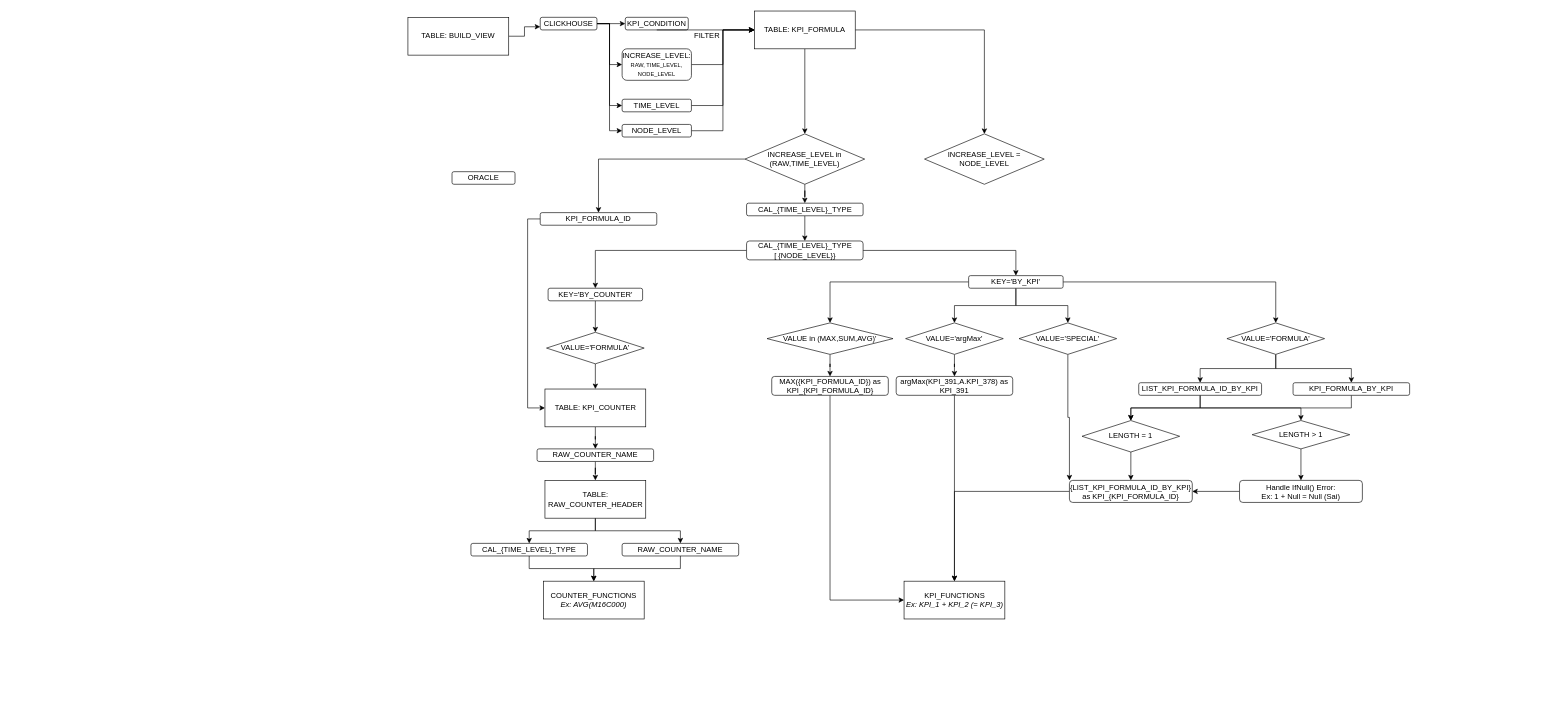
Above: PMS_CORE_AUTO_VIEW.drawio in dinhthengoc2021998/hello-world (draw.io), before the change. Source tidied: cells renumbered, new cells numbered last; positions are measured from the earlier drawing's top-left corner, leaving out a move shared by most shapes. Both pictures are drawn from the tidied source at 63%, with x=0, y=0 at pixel (408, 11).
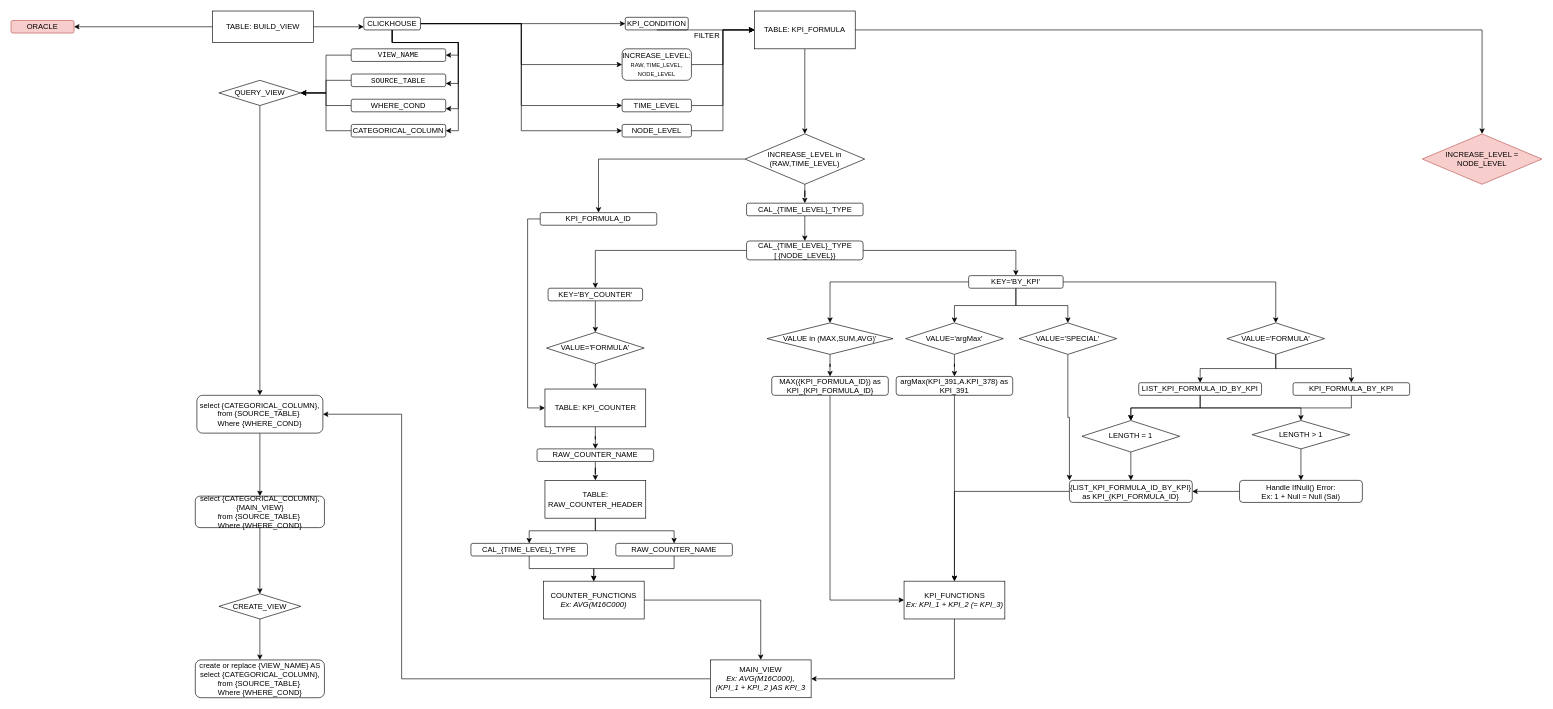
Above is the later version.

Unchanged cells that the change refers to:
```xml
<mxCell id="62" value="COUNTER_FUNCTIONS&lt;br&gt;&lt;i&gt;Ex: AVG(M16C000)&lt;/i&gt;" style="rounded=0;whiteSpace=wrap;html=1;" parent="1" vertex="1">
  <mxGeometry x="215" y="905" width="160" height="60" as="geometry" />
</mxCell>
<mxCell id="80" value="KPI_FUNCTIONS&lt;br&gt;&lt;i&gt;Ex: KPI_1 + KPI_2 (= KPI_3)&lt;/i&gt;" style="rounded=0;whiteSpace=wrap;html=1;" parent="1" vertex="1">
  <mxGeometry x="787.5" y="905" width="160" height="60" as="geometry" />
</mxCell>
```

The edit, as a diff of the source:
```diff
@@
+    <mxCell id="81" style="edgeStyle=orthogonalEdgeStyle;rounded=0;jettySize=auto;html=1;" parent="1" edge="1" source="3" target="17">
+      <mxGeometry relative="1" as="geometry" />
+    </mxCell>
     <mxCell id="3" value="TABLE: BUILD_VIEW" style="rounded=0;whiteSpace=wrap;html=1;" parent="1" vertex="1">
-      <mxGeometry y="10" width="160" height="60" as="geometry" />
+      <mxGeometry x="-310" width="160" height="50" as="geometry" />
     </mxCell>
@@
+    <mxCell id="82" style="edgeStyle=orthogonalEdgeStyle;rounded=0;jettySize=auto;html=1;entryX=1;entryY=0.5;entryDx=0;entryDy=0;" parent="1" edge="1" source="16" target="93">
+      <mxGeometry relative="1" as="geometry">
+        <Array as="points">
+          <mxPoint x="-25" y="50" />
+          <mxPoint x="80" y="50" />
+          <mxPoint x="80" y="70" />
+        </Array>
+      </mxGeometry>
+    </mxCell>
+    <mxCell id="83" style="edgeStyle=orthogonalEdgeStyle;rounded=0;jettySize=auto;html=1;entryX=1;entryY=0.75;entryDx=0;entryDy=0;" parent="1" edge="1" source="16" target="95">
+      <mxGeometry relative="1" as="geometry">
+        <Array as="points">
+          <mxPoint x="-25" y="50" />
+          <mxPoint x="80" y="50" />
+          <mxPoint x="80" y="115" />
+        </Array>
+      </mxGeometry>
+    </mxCell>
+    <mxCell id="84" style="edgeStyle=orthogonalEdgeStyle;rounded=0;jettySize=auto;html=1;entryX=1;entryY=0.75;entryDx=0;entryDy=0;" parent="1" edge="1" source="16" target="91">
+      <mxGeometry relative="1" as="geometry">
+        <Array as="points">
+          <mxPoint x="-25" y="50" />
+          <mxPoint x="80" y="50" />
+          <mxPoint x="80" y="155" />
+        </Array>
+      </mxGeometry>
+    </mxCell>
+    <mxCell id="85" style="edgeStyle=orthogonalEdgeStyle;rounded=0;jettySize=auto;html=1;entryX=1;entryY=0.5;entryDx=0;entryDy=0;" parent="1" edge="1" source="16" target="89">
+      <mxGeometry relative="1" as="geometry">
+        <Array as="points">
+          <mxPoint x="-25" y="50" />
+          <mxPoint x="80" y="50" />
+          <mxPoint x="80" y="190" />
+        </Array>
+      </mxGeometry>
+    </mxCell>
     <mxCell id="16" value="CLICKHOUSE" style="rounded=1;whiteSpace=wrap;html=1;" parent="1" vertex="1">
-      <mxGeometry x="210" y="10" width="90" height="20" as="geometry" />
+      <mxGeometry x="-70" y="10" width="90" height="20" as="geometry" />
     </mxCell>
-    <mxCell id="17" value="ORACLE" style="rounded=1;whiteSpace=wrap;html=1;" parent="1" vertex="1">
-      <mxGeometry x="70" y="255" width="100" height="20" as="geometry" />
+    <mxCell id="17" value="ORACLE" style="rounded=1;whiteSpace=wrap;html=1;fillColor=#f8cecc;strokeColor=#b85450;" parent="1" vertex="1">
+      <mxGeometry x="-630" y="15" width="100" height="20" as="geometry" />
     </mxCell>
@@
-    <mxCell id="28" value="INCREASE_LEVEL = NODE_LEVEL" style="rhombus;whiteSpace=wrap;html=1;" parent="1" vertex="1">
-      <mxGeometry x="820" y="195" width="190" height="80" as="geometry" />
+    <mxCell id="28" value="INCREASE_LEVEL = NODE_LEVEL" style="rhombus;whiteSpace=wrap;html=1;fillColor=#f8cecc;strokeColor=#b85450;" parent="1" vertex="1">
+      <mxGeometry x="1610" y="195" width="190" height="80" as="geometry" />
     </mxCell>
@@
     <mxCell id="61" value="RAW_COUNTER_NAME" style="rounded=1;whiteSpace=wrap;html=1;" parent="1" vertex="1">
-      <mxGeometry x="340" y="845" width="185" height="20" as="geometry" />
+      <mxGeometry x="330" y="845" width="185" height="20" as="geometry" />
     </mxCell>
+    <mxCell id="86" style="edgeStyle=orthogonalEdgeStyle;rounded=0;jettySize=auto;html=1;entryX=0.5;entryY=0;entryDx=0;entryDy=0;" parent="1" edge="1" source="62" target="104">
+      <mxGeometry relative="1" as="geometry" />
+    </mxCell>
@@
+    <mxCell id="87" style="edgeStyle=orthogonalEdgeStyle;rounded=0;jettySize=auto;html=1;entryX=1;entryY=0.5;entryDx=0;entryDy=0;" parent="1" edge="1" source="80" target="104">
+      <mxGeometry relative="1" as="geometry">
+        <Array as="points">
+          <mxPoint x="867" y="1060" />
+        </Array>
+      </mxGeometry>
+    </mxCell>
@@
+    <mxCell id="88" style="edgeStyle=orthogonalEdgeStyle;rounded=0;jettySize=auto;html=1;entryX=1;entryY=0.5;entryDx=0;entryDy=0;" parent="1" edge="1" source="89" target="99">
+      <mxGeometry relative="1" as="geometry" />
+    </mxCell>
+    <mxCell id="89" value="CATEGORICAL_COLUMN" style="rounded=1;whiteSpace=wrap;html=1;" parent="1" vertex="1">
+      <mxGeometry x="-90" y="180" width="150" height="20" as="geometry" />
+    </mxCell>
+    <mxCell id="90" style="edgeStyle=orthogonalEdgeStyle;rounded=0;jettySize=auto;html=1;" parent="1" edge="1" source="91" target="99">
+      <mxGeometry relative="1" as="geometry" />
+    </mxCell>
+    <mxCell id="91" value="WHERE_COND" style="rounded=1;whiteSpace=wrap;html=1;" parent="1" vertex="1">
+      <mxGeometry x="-90" y="140" width="150" height="20" as="geometry" />
+    </mxCell>
+    <mxCell id="92" style="edgeStyle=orthogonalEdgeStyle;rounded=0;jettySize=auto;html=1;entryX=1;entryY=0.5;entryDx=0;entryDy=0;" parent="1" edge="1" source="93" target="99">
+      <mxGeometry relative="1" as="geometry" />
+    </mxCell>
+    <mxCell id="93" value="&lt;font face=&quot;monospace&quot;&gt;VIEW_NAME&lt;/font&gt;" style="rounded=1;whiteSpace=wrap;html=1;" parent="1" vertex="1">
+      <mxGeometry x="-90" y="60" width="150" height="20" as="geometry" />
+    </mxCell>
+    <mxCell id="94" style="edgeStyle=orthogonalEdgeStyle;rounded=0;jettySize=auto;html=1;entryX=1;entryY=0.5;entryDx=0;entryDy=0;" parent="1" edge="1" source="95" target="99">
+      <mxGeometry relative="1" as="geometry" />
+    </mxCell>
+    <mxCell id="95" value="&lt;font face=&quot;monospace&quot;&gt;SOURCE_TABLE&lt;/font&gt;" style="rounded=1;whiteSpace=wrap;html=1;" parent="1" vertex="1">
+      <mxGeometry x="-90" y="100" width="150" height="20" as="geometry" />
+    </mxCell>
+    <mxCell id="96" style="edgeStyle=orthogonalEdgeStyle;rounded=0;jettySize=auto;html=1;" parent="1" edge="1" source="97" target="102">
+      <mxGeometry relative="1" as="geometry" />
+    </mxCell>
+    <mxCell id="97" value="CREATE_VIEW" style="rhombus;whiteSpace=wrap;html=1;" parent="1" vertex="1">
+      <mxGeometry x="-300" y="925" width="130" height="40" as="geometry" />
+    </mxCell>
+    <mxCell id="98" style="edgeStyle=orthogonalEdgeStyle;rounded=0;jettySize=auto;html=1;" parent="1" edge="1" source="99" target="101">
+      <mxGeometry relative="1" as="geometry" />
+    </mxCell>
+    <mxCell id="99" value="QUERY_VIEW" style="rhombus;whiteSpace=wrap;html=1;" parent="1" vertex="1">
+      <mxGeometry x="-300" y="110" width="130" height="40" as="geometry" />
+    </mxCell>
+    <mxCell id="100" style="edgeStyle=orthogonalEdgeStyle;rounded=0;jettySize=auto;html=1;entryX=0.5;entryY=0;entryDx=0;entryDy=0;" parent="1" edge="1" source="101" target="106">
+      <mxGeometry relative="1" as="geometry" />
+    </mxCell>
+    <mxCell id="101" value="select {CATEGORICAL_COLUMN},&lt;br&gt;from {SOURCE_TABLE}&amp;nbsp;&lt;br&gt;Where {WHERE_COND}" style="rounded=1;whiteSpace=wrap;html=1;" parent="1" vertex="1">
+      <mxGeometry x="-335" y="610" width="200" height="60" as="geometry" />
+    </mxCell>
+    <mxCell id="102" value="create or replace {VIEW_NAME} AS&lt;br&gt;select {CATEGORICAL_COLUMN},&lt;br&gt;from {SOURCE_TABLE}&amp;nbsp;&lt;br&gt;Where {WHERE_COND}" style="rounded=1;whiteSpace=wrap;html=1;" parent="1" vertex="1">
+      <mxGeometry x="-337.5" y="1030" width="205" height="60" as="geometry" />
+    </mxCell>
+    <mxCell id="103" style="edgeStyle=orthogonalEdgeStyle;rounded=0;jettySize=auto;html=1;" parent="1" edge="1" source="104" target="101">
+      <mxGeometry relative="1" as="geometry">
+        <Array as="points">
+          <mxPoint x="-10" y="1060" />
+          <mxPoint x="-10" y="640" />
+        </Array>
+      </mxGeometry>
+    </mxCell>
+    <mxCell id="104" value="MAIN_VIEW&lt;br&gt;&lt;i&gt;Ex: AVG(M16C000), &lt;br&gt;(KPI_1 + KPI_2 )AS KPI_3&lt;/i&gt;" style="rounded=0;whiteSpace=wrap;html=1;" parent="1" vertex="1">
+      <mxGeometry x="480" y="1030" width="160" height="60" as="geometry" />
+    </mxCell>
+    <mxCell id="105" style="edgeStyle=orthogonalEdgeStyle;rounded=0;jettySize=auto;html=1;" parent="1" edge="1" source="106" target="97">
+      <mxGeometry relative="1" as="geometry" />
+    </mxCell>
+    <mxCell id="106" value="select {CATEGORICAL_COLUMN}, {MAIN_VIEW}&lt;br&gt;from {SOURCE_TABLE}&amp;nbsp;&lt;br&gt;Where {WHERE_COND}" style="rounded=1;whiteSpace=wrap;html=1;" parent="1" vertex="1">
+      <mxGeometry x="-337.5" y="770" width="205" height="50" as="geometry" />
+    </mxCell>
```
